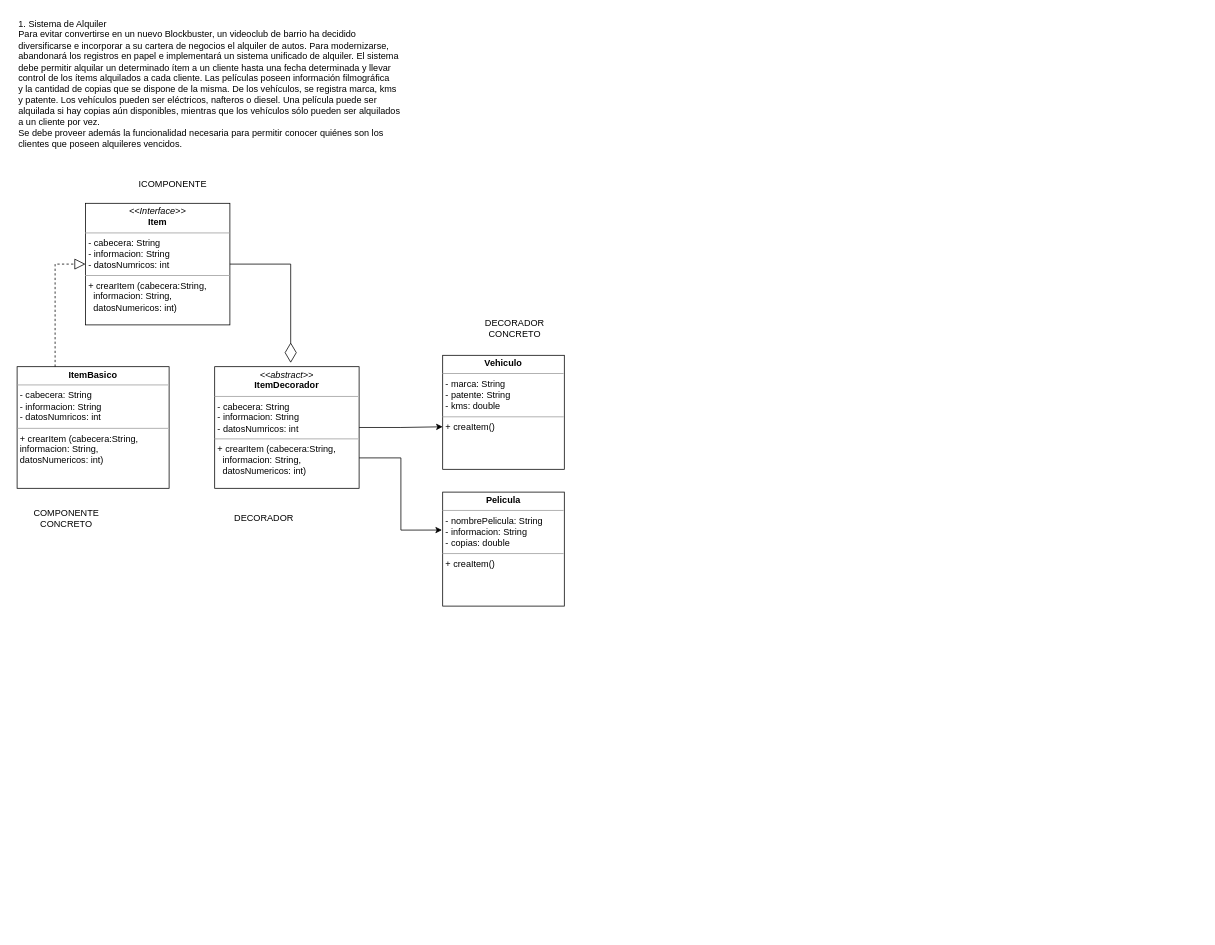
Earlier version of the draw.io diagram Prog2(TP6-Ejercicio1).drawio (darreceygor/Drawio). Source tidied: cells renumbered, new cells numbered last; positions are measured from the earlier drawing's top-left corner, leaving out a move shared by most shapes. Both pictures are drawn from the tidied source at 76%, with x=0, y=0 at pixel (17, 13).
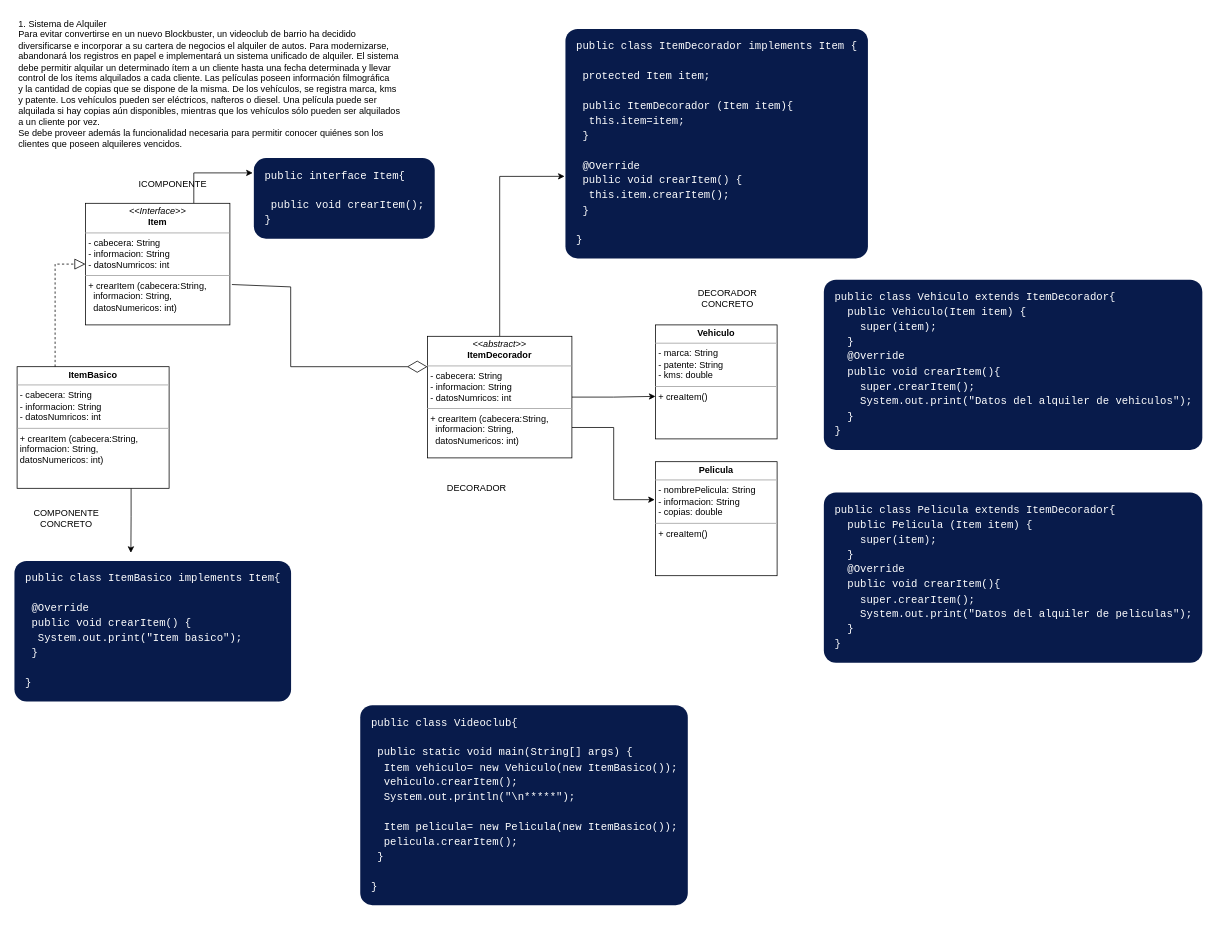
The same page after the edit.

Unchanged cells that the change refers to:
```xml
<mxCell id="3" value="&lt;p style=&quot;margin:0px;margin-top:4px;text-align:center;&quot;&gt;&lt;i&gt;&amp;lt;&amp;lt;Interface&amp;gt;&amp;gt;&lt;/i&gt;&lt;br&gt;&lt;b&gt;Item&lt;/b&gt;&lt;/p&gt;&lt;hr size=&quot;1&quot;&gt;&lt;p style=&quot;margin:0px;margin-left:4px;&quot;&gt;- cabecera: String&lt;/p&gt;&lt;p style=&quot;margin:0px;margin-left:4px;&quot;&gt;- informacion: String&lt;/p&gt;&lt;p style=&quot;margin:0px;margin-left:4px;&quot;&gt;- datosNumricos: int&lt;/p&gt;&lt;hr size=&quot;1&quot;&gt;&lt;p style=&quot;margin:0px;margin-left:4px;&quot;&gt;+ crearItem (cabecera:String,&amp;nbsp;&lt;/p&gt;&lt;p style=&quot;margin:0px;margin-left:4px;&quot;&gt;&lt;span style=&quot;white-space: pre;&quot;&gt; &lt;/span&gt;&lt;span style=&quot;white-space: pre;&quot;&gt; &lt;/span&gt;informacion: String,&amp;nbsp;&lt;/p&gt;&lt;p style=&quot;margin:0px;margin-left:4px;&quot;&gt;&lt;span style=&quot;white-space: pre;&quot;&gt; &lt;/span&gt;&lt;span style=&quot;white-space: pre;&quot;&gt; &lt;/span&gt;datosNumericos: int)&lt;/p&gt;" style="verticalAlign=top;align=left;overflow=fill;fontSize=12;fontFamily=Helvetica;html=1;" parent="1" vertex="1">
  <mxGeometry x="90" y="250" width="190" height="160" as="geometry" />
</mxCell>
<mxCell id="6" value="&lt;p style=&quot;margin:0px;margin-top:4px;text-align:center;&quot;&gt;&lt;b&gt;ItemBasico&lt;/b&gt;&lt;/p&gt;&lt;hr size=&quot;1&quot;&gt;&lt;p style=&quot;border-color: var(--border-color); margin: 0px 0px 0px 4px;&quot;&gt;- cabecera: String&lt;/p&gt;&lt;p style=&quot;border-color: var(--border-color); margin: 0px 0px 0px 4px;&quot;&gt;- informacion: String&lt;/p&gt;&lt;p style=&quot;border-color: var(--border-color); margin: 0px 0px 0px 4px;&quot;&gt;- datosNumricos: int&lt;/p&gt;&lt;hr style=&quot;border-color: var(--border-color);&quot; size=&quot;1&quot;&gt;&lt;p style=&quot;border-color: var(--border-color); margin: 0px 0px 0px 4px;&quot;&gt;+ crearItem (cabecera:String,&amp;nbsp;&lt;/p&gt;&lt;p style=&quot;border-color: var(--border-color); margin: 0px 0px 0px 4px;&quot;&gt;&lt;span style=&quot;border-color: var(--border-color);&quot;&gt; &lt;/span&gt;&lt;span style=&quot;border-color: var(--border-color);&quot;&gt; &lt;/span&gt;informacion: String,&amp;nbsp;&lt;/p&gt;&lt;p style=&quot;border-color: var(--border-color); margin: 0px 0px 0px 4px;&quot;&gt;&lt;span style=&quot;border-color: var(--border-color);&quot;&gt; &lt;/span&gt;&lt;span style=&quot;border-color: var(--border-color);&quot;&gt; &lt;/span&gt;datosNumericos: int)&lt;/p&gt;" style="verticalAlign=top;align=left;overflow=fill;fontSize=12;fontFamily=Helvetica;html=1;" parent="1" vertex="1">
  <mxGeometry y="465" width="200" height="160" as="geometry" />
</mxCell>
```

The edit, as a diff of the source:
```diff
@@
+    <mxCell id="16" style="edgeStyle=orthogonalEdgeStyle;rounded=0;jettySize=auto;html=1;exitX=0.75;exitY=0;exitDx=0;exitDy=0;entryX=0;entryY=0.25;entryDx=0;entryDy=0;" parent="1" edge="1" source="3" target="19">
+      <mxGeometry relative="1" as="geometry" />
+    </mxCell>
@@
     <mxCell id="4" value="&lt;p style=&quot;margin:0px;margin-top:4px;text-align:center;&quot;&gt;&lt;b&gt;Vehiculo&lt;/b&gt;&lt;/p&gt;&lt;hr size=&quot;1&quot;&gt;&lt;p style=&quot;margin:0px;margin-left:4px;&quot;&gt;- marca: String&lt;/p&gt;&lt;p style=&quot;margin:0px;margin-left:4px;&quot;&gt;- patente: String&lt;/p&gt;&lt;p style=&quot;margin:0px;margin-left:4px;&quot;&gt;- kms: double&lt;/p&gt;&lt;hr size=&quot;1&quot;&gt;&lt;p style=&quot;margin:0px;margin-left:4px;&quot;&gt;+ creaItem()&lt;/p&gt;" style="verticalAlign=top;align=left;overflow=fill;fontSize=12;fontFamily=Helvetica;html=1;" parent="1" vertex="1">
-      <mxGeometry x="560" y="450" width="160" height="150" as="geometry" />
+      <mxGeometry x="840" y="410" width="160" height="150" as="geometry" />
     </mxCell>
     <mxCell id="5" value="&lt;p style=&quot;margin:0px;margin-top:4px;text-align:center;&quot;&gt;&lt;b&gt;Pelicula&lt;/b&gt;&lt;/p&gt;&lt;hr size=&quot;1&quot;&gt;&lt;p style=&quot;margin:0px;margin-left:4px;&quot;&gt;- nombrePelicula: String&lt;/p&gt;&lt;p style=&quot;margin:0px;margin-left:4px;&quot;&gt;- informacion: String&lt;/p&gt;&lt;p style=&quot;margin:0px;margin-left:4px;&quot;&gt;- copias: double&lt;/p&gt;&lt;hr size=&quot;1&quot;&gt;&lt;p style=&quot;margin:0px;margin-left:4px;&quot;&gt;+ creaItem()&lt;/p&gt;" style="verticalAlign=top;align=left;overflow=fill;fontSize=12;fontFamily=Helvetica;html=1;" parent="1" vertex="1">
-      <mxGeometry x="560" y="630" width="160" height="150" as="geometry" />
+      <mxGeometry x="840" y="590" width="160" height="150" as="geometry" />
     </mxCell>
+    <mxCell id="17" style="edgeStyle=orthogonalEdgeStyle;rounded=0;jettySize=auto;html=1;exitX=0.75;exitY=1;exitDx=0;exitDy=0;entryX=0.382;entryY=0.043;entryDx=0;entryDy=0;entryPerimeter=0;" parent="1" edge="1" source="6" target="20">
+      <mxGeometry relative="1" as="geometry" />
+    </mxCell>
@@
     <mxCell id="10" value="DECORADOR &lt;br&gt;CONCRETO" style="text;html=1;strokeColor=none;fillColor=none;align=center;verticalAlign=middle;whiteSpace=wrap;rounded=0;" parent="1" vertex="1">
-      <mxGeometry x="590" y="390" width="130" height="50" as="geometry" />
+      <mxGeometry x="870" y="350" width="130" height="50" as="geometry" />
     </mxCell>
@@
+    <mxCell id="18" style="edgeStyle=orthogonalEdgeStyle;rounded=0;jettySize=auto;html=1;exitX=0.5;exitY=0;exitDx=0;exitDy=0;entryX=0.001;entryY=0.613;entryDx=0;entryDy=0;entryPerimeter=0;" parent="1" edge="1" source="13" target="21">
+      <mxGeometry relative="1" as="geometry" />
+    </mxCell>
     <mxCell id="13" value="&lt;p style=&quot;margin:0px;margin-top:4px;text-align:center;&quot;&gt;&lt;i&gt;&amp;lt;&amp;lt;abstract&amp;gt;&amp;gt;&lt;/i&gt;&lt;br&gt;&lt;b&gt;ItemDecorador&lt;/b&gt;&lt;/p&gt;&lt;hr size=&quot;1&quot;&gt;&lt;p style=&quot;margin:0px;margin-left:4px;&quot;&gt;- cabecera: String&lt;/p&gt;&lt;p style=&quot;margin:0px;margin-left:4px;&quot;&gt;- informacion: String&lt;/p&gt;&lt;p style=&quot;margin:0px;margin-left:4px;&quot;&gt;- datosNumricos: int&lt;/p&gt;&lt;hr size=&quot;1&quot;&gt;&lt;p style=&quot;margin:0px;margin-left:4px;&quot;&gt;+ crearItem (cabecera:String,&amp;nbsp;&lt;/p&gt;&lt;p style=&quot;margin:0px;margin-left:4px;&quot;&gt;&lt;span style=&quot;white-space: pre;&quot;&gt; &lt;/span&gt;&lt;span style=&quot;white-space: pre;&quot;&gt; &lt;/span&gt;informacion: String,&amp;nbsp;&lt;/p&gt;&lt;p style=&quot;margin:0px;margin-left:4px;&quot;&gt;&lt;span style=&quot;white-space: pre;&quot;&gt; &lt;/span&gt;&lt;span style=&quot;white-space: pre;&quot;&gt; &lt;/span&gt;datosNumericos: int)&lt;/p&gt;" style="verticalAlign=top;align=left;overflow=fill;fontSize=12;fontFamily=Helvetica;html=1;" parent="1" vertex="1">
-      <mxGeometry x="260" y="465" width="190" height="160" as="geometry" />
+      <mxGeometry x="540" y="425" width="190" height="160" as="geometry" />
     </mxCell>
     <mxCell id="14" value="DECORADOR" style="text;html=1;strokeColor=none;fillColor=none;align=center;verticalAlign=middle;whiteSpace=wrap;rounded=0;" parent="1" vertex="1">
-      <mxGeometry x="260" y="640" width="130" height="50" as="geometry" />
+      <mxGeometry x="540" y="600" width="130" height="50" as="geometry" />
     </mxCell>
-    <mxCell id="15" style="endArrow=diamondThin;endFill=0;endSize=24;html=1;rounded=0;exitX=1;exitY=0.5;exitDx=0;exitDy=0;" parent="1" edge="1" source="3">
+    <mxCell id="15" style="endArrow=diamondThin;endFill=0;endSize=24;html=1;rounded=0;exitX=1.014;exitY=0.668;exitDx=0;exitDy=0;entryX=0;entryY=0.25;entryDx=0;entryDy=0;exitPerimeter=0;" parent="1" edge="1" source="3" target="13">
       <mxGeometry relative="1" as="geometry">
-        <mxPoint x="360" y="460" as="targetPoint" />
         <Array as="points">
-          <mxPoint x="360" y="330" />
+          <mxPoint x="360" y="360" />
+          <mxPoint x="360" y="465" />
         </Array>
       </mxGeometry>
     </mxCell>
+    <mxCell id="19" value="&lt;pre style=&quot;box-sizing: border-box; font-family: monospace, monospace; font-size: 14px; background: rgb(8, 27, 75); border-radius: 16px; color: rgb(255, 255, 255); line-height: 1.4em; padding: 1em; display: block; margin: 1em 0px; overflow: auto; overflow-wrap: normal; font-style: normal; font-variant-ligatures: normal; font-variant-caps: normal; font-weight: 400; letter-spacing: normal; orphans: 2; text-align: left; text-indent: 0px; text-transform: none; widows: 2; word-spacing: 0px; -webkit-text-stroke-width: 0px; text-decoration-thickness: initial; text-decoration-style: initial; text-decoration-color: initial;&quot;&gt;&lt;code style=&quot;box-sizing: border-box; font-family: monospace, monospace; font-size: 14px; background: 0px center; border-radius: 0px; color: inherit; line-height: 1.4em; padding: 0px;&quot;&gt;public interface Item{&lt;br&gt;&lt;br&gt; public void crearItem();&lt;br&gt;}&lt;/code&gt;&lt;/pre&gt;" style="text;whiteSpace=wrap;html=1;" parent="1" vertex="1">
+      <mxGeometry x="310" y="170" width="300" height="160" as="geometry" />
+    </mxCell>
+    <mxCell id="20" value="&lt;pre style=&quot;box-sizing: border-box; font-family: monospace, monospace; font-size: 14px; background: rgb(8, 27, 75); border-radius: 16px; color: rgb(255, 255, 255); line-height: 1.4em; padding: 1em; display: block; margin: 1em 0px; overflow: auto; overflow-wrap: normal; font-style: normal; font-variant-ligatures: normal; font-variant-caps: normal; font-weight: 400; letter-spacing: normal; orphans: 2; text-align: left; text-indent: 0px; text-transform: none; widows: 2; word-spacing: 0px; -webkit-text-stroke-width: 0px; text-decoration-thickness: initial; text-decoration-style: initial; text-decoration-color: initial;&quot;&gt;&lt;code style=&quot;box-sizing: border-box; font-family: monospace, monospace; font-size: 14px; background: 0px center; border-radius: 0px; color: inherit; line-height: 1.4em; padding: 0px;&quot;&gt;public class ItemBasico implements Item{&lt;br&gt;&lt;br&gt; @Override&lt;br&gt; public void crearItem() {&lt;br&gt;  System.out.print(&quot;Item basico&quot;);&lt;br&gt; }&lt;br&gt;&lt;br&gt;}&lt;/code&gt;&lt;/pre&gt;" style="text;whiteSpace=wrap;html=1;" parent="1" vertex="1">
+      <mxGeometry x="-5" y="700" width="405" height="230" as="geometry" />
+    </mxCell>
+    <mxCell id="21" value="&lt;pre style=&quot;box-sizing: border-box; font-family: monospace, monospace; font-size: 14px; background: rgb(8, 27, 75); border-radius: 16px; color: rgb(255, 255, 255); line-height: 1.4em; padding: 1em; display: block; margin: 1em 0px; overflow: auto; overflow-wrap: normal; font-style: normal; font-variant-ligatures: normal; font-variant-caps: normal; font-weight: 400; letter-spacing: normal; orphans: 2; text-align: left; text-indent: 0px; text-transform: none; widows: 2; word-spacing: 0px; -webkit-text-stroke-width: 0px; text-decoration-thickness: initial; text-decoration-style: initial; text-decoration-color: initial;&quot;&gt;&lt;code style=&quot;box-sizing: border-box; font-family: monospace, monospace; font-size: 14px; background: 0px center; border-radius: 0px; color: inherit; line-height: 1.4em; padding: 0px;&quot;&gt;public class ItemDecorador implements Item {&lt;br&gt;&lt;br&gt; protected Item item;&lt;br&gt; &lt;br&gt; public ItemDecorador (Item item){&lt;br&gt;  this.item=item;&lt;br&gt; }&lt;br&gt; &lt;br&gt; @Override&lt;br&gt; public void crearItem() {&lt;br&gt;  this.item.crearItem();&lt;br&gt; }&lt;br&gt;&lt;br&gt;}&lt;/code&gt;&lt;/pre&gt;" style="text;whiteSpace=wrap;html=1;" parent="1" vertex="1">
+      <mxGeometry x="720" width="380" height="350" as="geometry" />
+    </mxCell>
+    <mxCell id="22" value="&lt;pre style=&quot;box-sizing: border-box; font-family: monospace, monospace; font-size: 14px; background: rgb(8, 27, 75); border-radius: 16px; color: rgb(255, 255, 255); line-height: 1.4em; padding: 1em; display: block; margin: 1em 0px; overflow: auto; overflow-wrap: normal; font-style: normal; font-variant-ligatures: normal; font-variant-caps: normal; font-weight: 400; letter-spacing: normal; orphans: 2; text-align: left; text-indent: 0px; text-transform: none; widows: 2; word-spacing: 0px; -webkit-text-stroke-width: 0px; text-decoration-thickness: initial; text-decoration-style: initial; text-decoration-color: initial;&quot;&gt;&lt;code style=&quot;box-sizing: border-box; font-family: monospace, monospace; font-size: 14px; background: 0px center; border-radius: 0px; color: inherit; line-height: 1.4em; padding: 0px;&quot;&gt;public class Vehiculo extends ItemDecorador{&lt;br&gt;  public Vehiculo(Item item) {&lt;br&gt;    super(item);&lt;br&gt;  }&lt;br&gt;  @Override&lt;br&gt;  public void crearItem(){&lt;br&gt;    super.crearItem();&lt;br&gt;    System.out.print(&quot;Datos del alquiler de vehiculos&quot;);&lt;br&gt;  }&lt;br&gt;}&lt;/code&gt;&lt;/pre&gt;" style="text;whiteSpace=wrap;html=1;" parent="1" vertex="1">
+      <mxGeometry x="1060" y="330" width="470" height="260" as="geometry" />
+    </mxCell>
+    <mxCell id="23" value="&lt;pre style=&quot;box-sizing: border-box; font-family: monospace, monospace; font-size: 14px; background: rgb(8, 27, 75); border-radius: 16px; color: rgb(255, 255, 255); line-height: 1.4em; padding: 1em; display: block; margin: 1em 0px; overflow: auto; overflow-wrap: normal; font-style: normal; font-variant-ligatures: normal; font-variant-caps: normal; font-weight: 400; letter-spacing: normal; orphans: 2; text-align: left; text-indent: 0px; text-transform: none; widows: 2; word-spacing: 0px; -webkit-text-stroke-width: 0px; text-decoration-thickness: initial; text-decoration-style: initial; text-decoration-color: initial;&quot;&gt;&lt;code style=&quot;box-sizing: border-box; font-family: monospace, monospace; font-size: 14px; background: 0px center; border-radius: 0px; color: inherit; line-height: 1.4em; padding: 0px;&quot;&gt;public class Pelicula extends ItemDecorador{&lt;br&gt;  public Pelicula (Item item) {&lt;br&gt;    super(item);&lt;br&gt;  }&lt;br&gt;  @Override&lt;br&gt;  public void crearItem(){&lt;br&gt;    super.crearItem();&lt;br&gt;    System.out.print(&quot;Datos del alquiler de peliculas&quot;);&lt;br&gt;  }&lt;br&gt;}&lt;/code&gt;&lt;/pre&gt;" style="text;whiteSpace=wrap;html=1;" parent="1" vertex="1">
+      <mxGeometry x="1060" y="610" width="470" height="260" as="geometry" />
+    </mxCell>
+    <mxCell id="24" value="&lt;pre style=&quot;box-sizing: border-box; font-family: monospace, monospace; font-size: 14px; background: rgb(8, 27, 75); border-radius: 16px; color: rgb(255, 255, 255); line-height: 1.4em; padding: 1em; display: block; margin: 1em 0px; overflow: auto; overflow-wrap: normal; font-style: normal; font-variant-ligatures: normal; font-variant-caps: normal; font-weight: 400; letter-spacing: normal; orphans: 2; text-align: start; text-indent: 0px; text-transform: none; widows: 2; word-spacing: 0px; -webkit-text-stroke-width: 0px; text-decoration-thickness: initial; text-decoration-style: initial; text-decoration-color: initial;&quot;&gt;&lt;code style=&quot;box-sizing: border-box; font-family: monospace, monospace; font-size: 14px; background: 0px center; border-radius: 0px; color: inherit; line-height: 1.4em; padding: 0px;&quot;&gt;public class Videoclub{&lt;br&gt;&lt;br&gt; public static void main(String[] args) {&lt;br&gt;  Item vehiculo= new Vehiculo(new ItemBasico());&lt;br&gt;  vehiculo.crearItem();&lt;br&gt;  System.out.println(&quot;\n*****&quot;);&lt;br&gt;  &lt;br&gt;  Item pelicula= new Pelicula(new ItemBasico());&lt;br&gt;  pelicula.crearItem();&lt;br&gt; }&lt;br&gt;&lt;br&gt;}&lt;/code&gt;&lt;/pre&gt;" style="text;whiteSpace=wrap;html=1;" parent="1" vertex="1">
+      <mxGeometry x="450" y="890" width="670" height="320" as="geometry" />
+    </mxCell>
```
